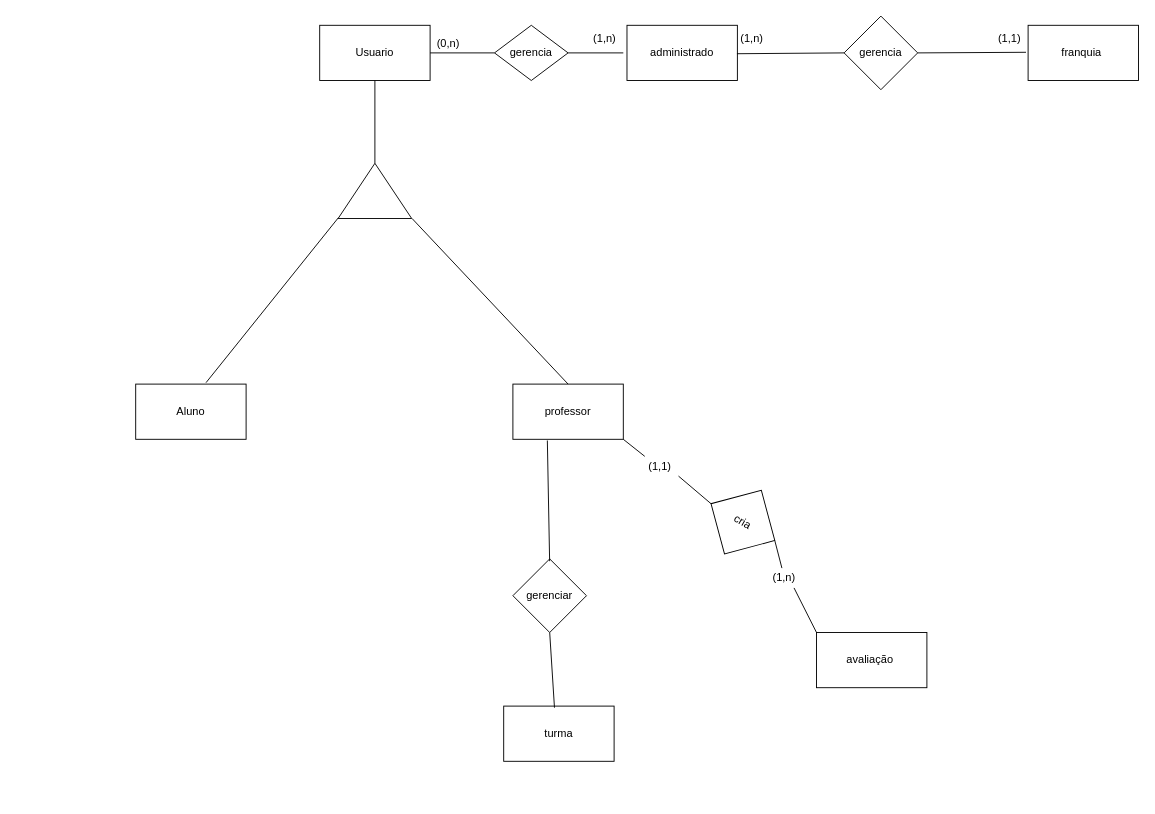
The draw.io diagram Diagrama-Banco-de-dados/DER.drawio in Wal221/ProjetoWeb2, before the edit. Source tidied: cells renumbered, new cells numbered last; positions are measured from the earlier drawing's top-left corner, leaving out a move shared by most shapes. Both pictures are drawn from the tidied source at 92%, with x=0, y=0 at pixel (135, 16).
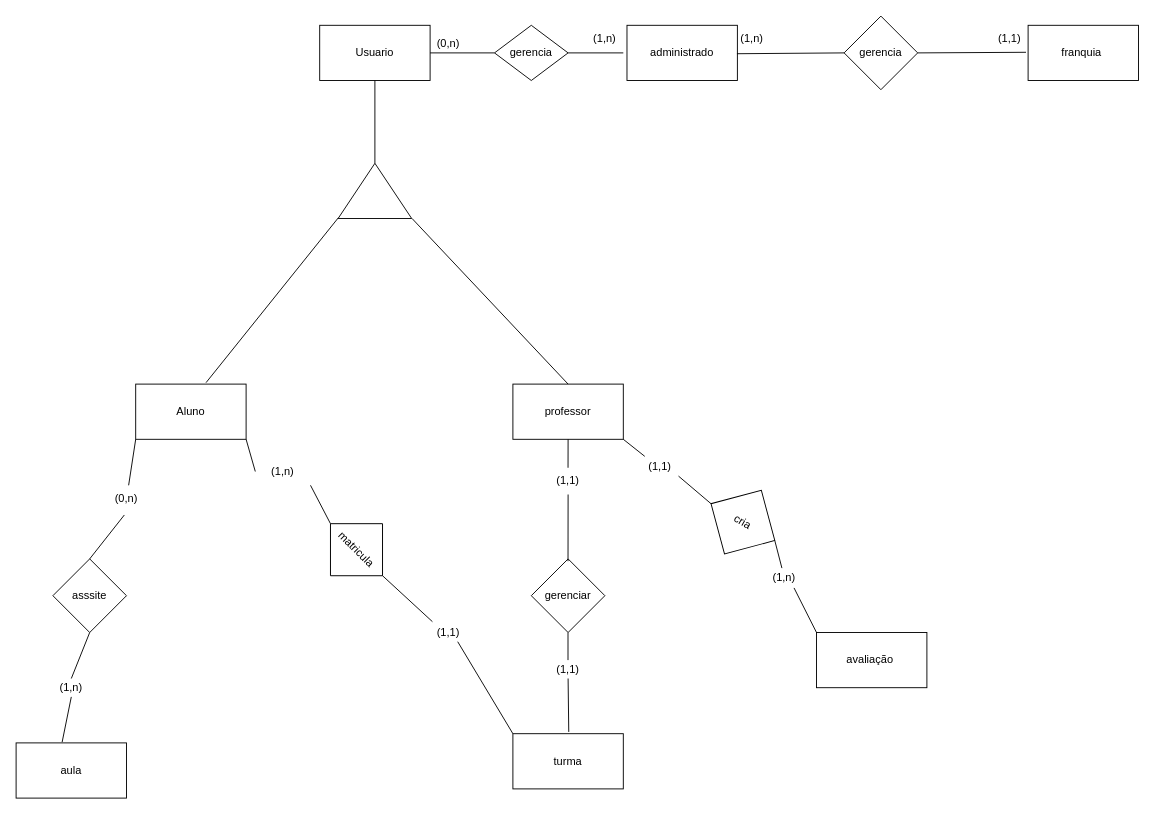
The same page after the edit.

Commit message:
atulizaçõa do arquivo de banco de dados

The change refers to these unchanged cells:
```xml
<mxCell id="16" value="Aluno" style="rounded=0;whiteSpace=wrap;html=1;" parent="1" vertex="1">
  <mxGeometry y="400" width="120" height="60" as="geometry" />
</mxCell>
<mxCell id="17" value="professor" style="rounded=0;whiteSpace=wrap;html=1;" parent="1" vertex="1">
  <mxGeometry x="410" y="400" width="120" height="60" as="geometry" />
</mxCell>
```

Change to the diagram source:
```diff
@@
     <mxCell id="25" value="gerenciar" style="rhombus;whiteSpace=wrap;html=1;" parent="1" vertex="1">
-      <mxGeometry x="410" y="590" width="80" height="80" as="geometry" />
+      <mxGeometry x="430" y="590" width="80" height="80" as="geometry" />
     </mxCell>
-    <mxCell id="26" style="endArrow=none;html=1;rounded=0;entryX=0.312;entryY=1.022;entryDx=0;entryDy=0;entryPerimeter=0;exitX=0.499;exitY=0.031;exitDx=0;exitDy=0;exitPerimeter=0;" parent="1" edge="1" source="25" target="17">
+    <mxCell id="26" style="endArrow=none;html=1;rounded=0;exitX=0.499;exitY=0.031;exitDx=0;exitDy=0;exitPerimeter=0;entryX=0.5;entryY=1;entryDx=0;entryDy=0;" parent="1" edge="1" source="36" target="17">
       <mxGeometry relative="1" as="geometry" />
     </mxCell>
     <mxCell id="27" value="turma" style="rounded=0;whiteSpace=wrap;html=1;" parent="1" vertex="1">
-      <mxGeometry x="400" y="750" width="120" height="60" as="geometry" />
+      <mxGeometry x="410" y="780" width="120" height="60" as="geometry" />
     </mxCell>
-    <mxCell id="28" style="endArrow=none;html=1;rounded=0;entryX=0.5;entryY=1;entryDx=0;entryDy=0;exitX=0.46;exitY=0.029;exitDx=0;exitDy=0;exitPerimeter=0;" parent="1" edge="1" source="27" target="25">
-      <mxGeometry relative="1" as="geometry" />
+    <mxCell id="28" style="endArrow=none;html=1;rounded=0;entryX=0.5;entryY=1;entryDx=0;entryDy=0;exitX=0.75;exitY=0;exitDx=0;exitDy=0;" parent="1" edge="1">
+      <mxGeometry relative="1" as="geometry">
+        <mxPoint x="469.9" y="700" as="sourcePoint" />
+        <mxPoint x="469.9" y="670" as="targetPoint" />
+      </mxGeometry>
     </mxCell>
@@
+    <mxCell id="33" style="endArrow=none;html=1;rounded=0;exitX=0.506;exitY=-0.032;exitDx=0;exitDy=0;exitPerimeter=0;entryX=0.5;entryY=1;entryDx=0;entryDy=0;" parent="1" edge="1" source="27" target="34">
+      <mxGeometry relative="1" as="geometry" />
+    </mxCell>
+    <mxCell id="34" value="(1,1)" style="text;html=1;align=center;verticalAlign=middle;whiteSpace=wrap;rounded=0;" parent="1" vertex="1">
+      <mxGeometry x="450" y="700" width="40" height="20" as="geometry" />
+    </mxCell>
+    <mxCell id="35" style="endArrow=none;html=1;rounded=0;exitX=0.499;exitY=0.031;exitDx=0;exitDy=0;exitPerimeter=0;entryX=0.5;entryY=1;entryDx=0;entryDy=0;" parent="1" edge="1" source="25" target="36">
+      <mxGeometry relative="1" as="geometry" />
+    </mxCell>
+    <mxCell id="36" value="(1,1)" style="text;html=1;align=center;verticalAlign=middle;whiteSpace=wrap;rounded=0;" parent="1" vertex="1">
+      <mxGeometry x="440" y="490" width="60" height="30" as="geometry" />
+    </mxCell>
+    <mxCell id="37" value="aula" style="rounded=0;whiteSpace=wrap;html=1;" parent="1" vertex="1">
+      <mxGeometry x="-130" y="790" width="120" height="60" as="geometry" />
+    </mxCell>
+    <mxCell id="38" value="asssite" style="rhombus;whiteSpace=wrap;html=1;" parent="1" vertex="1">
+      <mxGeometry x="-90" y="590" width="80" height="80" as="geometry" />
+    </mxCell>
+    <mxCell id="39" style="endArrow=none;html=1;rounded=0;entryX=0;entryY=1;entryDx=0;entryDy=0;" parent="1" edge="1" source="44" target="16">
+      <mxGeometry relative="1" as="geometry" />
+    </mxCell>
+    <mxCell id="40" style="endArrow=none;html=1;rounded=0;entryX=0.5;entryY=1;entryDx=0;entryDy=0;exitX=0.5;exitY=0;exitDx=0;exitDy=0;" parent="1" edge="1" source="42" target="38">
+      <mxGeometry relative="1" as="geometry" />
+    </mxCell>
+    <mxCell id="41" style="endArrow=none;html=1;rounded=0;entryX=0.5;entryY=1;entryDx=0;entryDy=0;exitX=0.417;exitY=-0.014;exitDx=0;exitDy=0;exitPerimeter=0;" parent="1" edge="1" source="37" target="42">
+      <mxGeometry relative="1" as="geometry" />
+    </mxCell>
+    <mxCell id="42" value="(1,n)" style="text;html=1;align=center;verticalAlign=middle;whiteSpace=wrap;rounded=0;" parent="1" vertex="1">
+      <mxGeometry x="-100" y="720" width="60" height="20" as="geometry" />
+    </mxCell>
+    <mxCell id="43" style="endArrow=none;html=1;rounded=0;entryX=0.461;entryY=1.075;entryDx=0;entryDy=0;exitX=0.5;exitY=0;exitDx=0;exitDy=0;entryPerimeter=0;" parent="1" edge="1" source="38" target="44">
+      <mxGeometry relative="1" as="geometry" />
+    </mxCell>
+    <mxCell id="44" value="(0,n)" style="text;html=1;align=center;verticalAlign=middle;whiteSpace=wrap;rounded=0;" parent="1" vertex="1">
+      <mxGeometry x="-40" y="510" width="60" height="30" as="geometry" />
+    </mxCell>
+    <mxCell id="45" value="matricula" style="rhombus;whiteSpace=wrap;html=1;rotation=45;" parent="1" vertex="1">
+      <mxGeometry x="200" y="540" width="80" height="80" as="geometry" />
+    </mxCell>
+    <mxCell id="46" style="endArrow=none;html=1;rounded=0;entryX=1;entryY=1;entryDx=0;entryDy=0;exitX=0;exitY=0.5;exitDx=0;exitDy=0;" parent="1" edge="1" source="51" target="16">
+      <mxGeometry relative="1" as="geometry" />
+    </mxCell>
+    <mxCell id="47" style="endArrow=none;html=1;rounded=0;entryX=1;entryY=0.5;entryDx=0;entryDy=0;exitX=0.209;exitY=-0.088;exitDx=0;exitDy=0;exitPerimeter=0;" parent="1" edge="1" source="49" target="45">
+      <mxGeometry relative="1" as="geometry" />
+    </mxCell>
+    <mxCell id="48" style="endArrow=none;html=1;rounded=0;entryX=0.667;entryY=1;entryDx=0;entryDy=0;exitX=0;exitY=0;exitDx=0;exitDy=0;entryPerimeter=0;" parent="1" edge="1" source="27" target="49">
+      <mxGeometry relative="1" as="geometry" />
+    </mxCell>
+    <mxCell id="49" value="(1,1)" style="text;html=1;align=center;verticalAlign=middle;whiteSpace=wrap;rounded=0;" parent="1" vertex="1">
+      <mxGeometry x="310" y="660" width="60" height="20" as="geometry" />
+    </mxCell>
+    <mxCell id="50" style="endArrow=none;html=1;rounded=0;entryX=1;entryY=1;entryDx=0;entryDy=0;exitX=0;exitY=0.5;exitDx=0;exitDy=0;" parent="1" edge="1" source="45" target="51">
+      <mxGeometry relative="1" as="geometry" />
+    </mxCell>
+    <mxCell id="51" value="(1,n)" style="text;html=1;align=center;verticalAlign=middle;whiteSpace=wrap;rounded=0;" parent="1" vertex="1">
+      <mxGeometry x="130" y="480" width="60" height="30" as="geometry" />
+    </mxCell>
```
